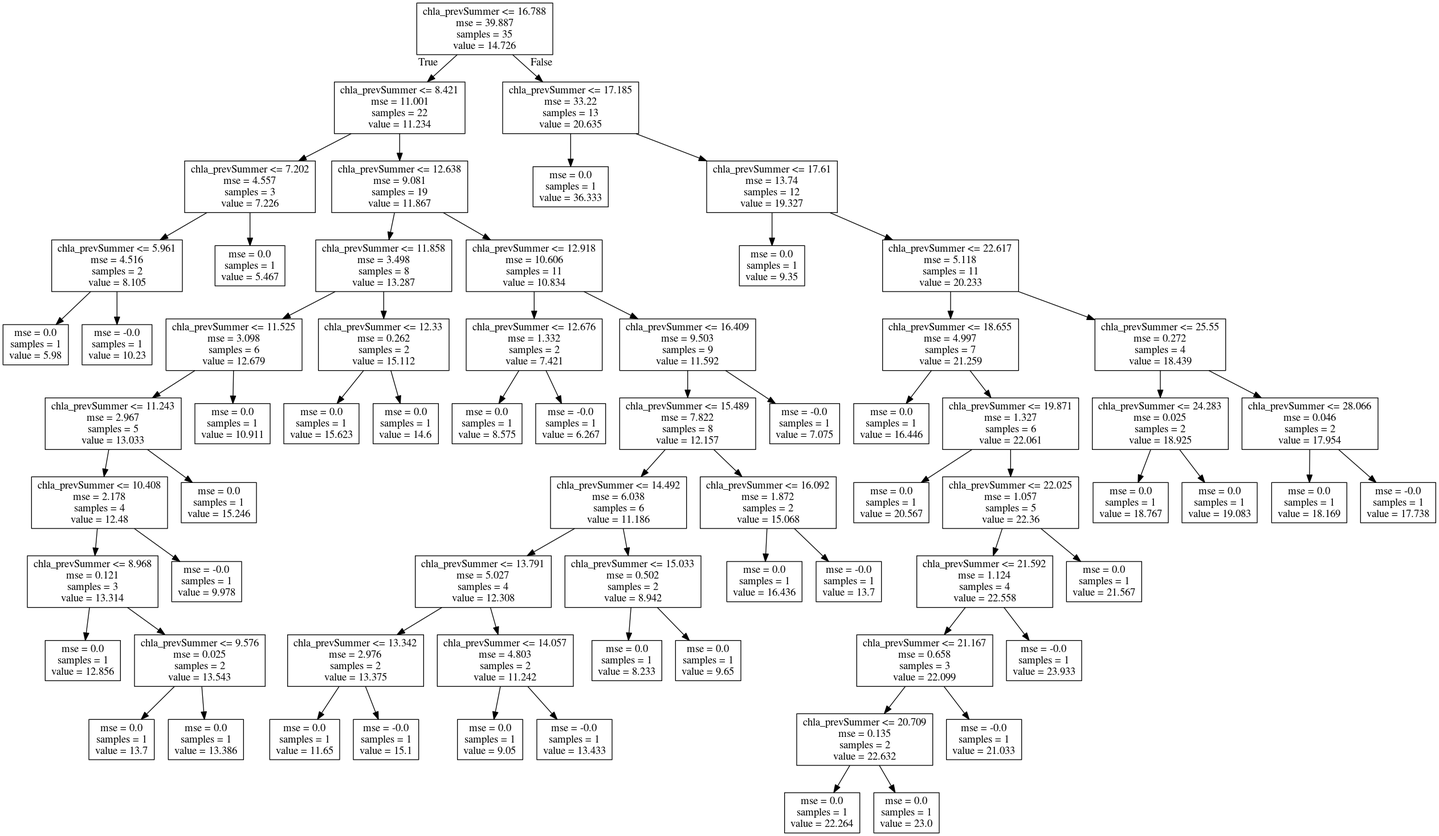
icra/WATExR keeps this Graphviz diagram as Norway_Morsa/Model_Development/Figures/Discretization_regTrees/summ_chla-chla_prevSummer.png. Above is the earlier version. Its source is kept beside it as Norway_Morsa/Model_Development/Figures/Discretization_regTrees/summ_chla-chla_prevSummer.dot. The source it was exported from:
```dot
digraph Tree {
node [shape=box] ;
0 [label="chla_prevSummer <= 16.788\nmse = 39.887\nsamples = 35\nvalue = 14.726"] ;
1 [label="chla_prevSummer <= 8.421\nmse = 11.001\nsamples = 22\nvalue = 11.234"] ;
0 -> 1 [labeldistance=2.5, labelangle=45, headlabel="True"] ;
2 [label="chla_prevSummer <= 7.202\nmse = 4.557\nsamples = 3\nvalue = 7.226"] ;
1 -> 2 ;
3 [label="chla_prevSummer <= 5.961\nmse = 4.516\nsamples = 2\nvalue = 8.105"] ;
2 -> 3 ;
4 [label="mse = 0.0\nsamples = 1\nvalue = 5.98"] ;
3 -> 4 ;
5 [label="mse = -0.0\nsamples = 1\nvalue = 10.23"] ;
3 -> 5 ;
6 [label="mse = 0.0\nsamples = 1\nvalue = 5.467"] ;
2 -> 6 ;
7 [label="chla_prevSummer <= 12.638\nmse = 9.081\nsamples = 19\nvalue = 11.867"] ;
1 -> 7 ;
8 [label="chla_prevSummer <= 11.858\nmse = 3.498\nsamples = 8\nvalue = 13.287"] ;
7 -> 8 ;
9 [label="chla_prevSummer <= 11.525\nmse = 3.098\nsamples = 6\nvalue = 12.679"] ;
8 -> 9 ;
10 [label="chla_prevSummer <= 11.243\nmse = 2.967\nsamples = 5\nvalue = 13.033"] ;
9 -> 10 ;
11 [label="chla_prevSummer <= 10.408\nmse = 2.178\nsamples = 4\nvalue = 12.48"] ;
10 -> 11 ;
12 [label="chla_prevSummer <= 8.968\nmse = 0.121\nsamples = 3\nvalue = 13.314"] ;
11 -> 12 ;
13 [label="mse = 0.0\nsamples = 1\nvalue = 12.856"] ;
12 -> 13 ;
14 [label="chla_prevSummer <= 9.576\nmse = 0.025\nsamples = 2\nvalue = 13.543"] ;
12 -> 14 ;
15 [label="mse = 0.0\nsamples = 1\nvalue = 13.7"] ;
14 -> 15 ;
16 [label="mse = 0.0\nsamples = 1\nvalue = 13.386"] ;
14 -> 16 ;
17 [label="mse = -0.0\nsamples = 1\nvalue = 9.978"] ;
11 -> 17 ;
18 [label="mse = 0.0\nsamples = 1\nvalue = 15.246"] ;
10 -> 18 ;
19 [label="mse = 0.0\nsamples = 1\nvalue = 10.911"] ;
9 -> 19 ;
20 [label="chla_prevSummer <= 12.33\nmse = 0.262\nsamples = 2\nvalue = 15.112"] ;
8 -> 20 ;
21 [label="mse = 0.0\nsamples = 1\nvalue = 15.623"] ;
20 -> 21 ;
22 [label="mse = 0.0\nsamples = 1\nvalue = 14.6"] ;
20 -> 22 ;
23 [label="chla_prevSummer <= 12.918\nmse = 10.606\nsamples = 11\nvalue = 10.834"] ;
7 -> 23 ;
24 [label="chla_prevSummer <= 12.676\nmse = 1.332\nsamples = 2\nvalue = 7.421"] ;
23 -> 24 ;
25 [label="mse = 0.0\nsamples = 1\nvalue = 8.575"] ;
24 -> 25 ;
26 [label="mse = -0.0\nsamples = 1\nvalue = 6.267"] ;
24 -> 26 ;
27 [label="chla_prevSummer <= 16.409\nmse = 9.503\nsamples = 9\nvalue = 11.592"] ;
23 -> 27 ;
28 [label="chla_prevSummer <= 15.489\nmse = 7.822\nsamples = 8\nvalue = 12.157"] ;
27 -> 28 ;
29 [label="chla_prevSummer <= 14.492\nmse = 6.038\nsamples = 6\nvalue = 11.186"] ;
28 -> 29 ;
30 [label="chla_prevSummer <= 13.791\nmse = 5.027\nsamples = 4\nvalue = 12.308"] ;
29 -> 30 ;
31 [label="chla_prevSummer <= 13.342\nmse = 2.976\nsamples = 2\nvalue = 13.375"] ;
30 -> 31 ;
32 [label="mse = 0.0\nsamples = 1\nvalue = 11.65"] ;
31 -> 32 ;
33 [label="mse = -0.0\nsamples = 1\nvalue = 15.1"] ;
31 -> 33 ;
34 [label="chla_prevSummer <= 14.057\nmse = 4.803\nsamples = 2\nvalue = 11.242"] ;
30 -> 34 ;
35 [label="mse = 0.0\nsamples = 1\nvalue = 9.05"] ;
34 -> 35 ;
36 [label="mse = -0.0\nsamples = 1\nvalue = 13.433"] ;
34 -> 36 ;
37 [label="chla_prevSummer <= 15.033\nmse = 0.502\nsamples = 2\nvalue = 8.942"] ;
29 -> 37 ;
38 [label="mse = 0.0\nsamples = 1\nvalue = 8.233"] ;
37 -> 38 ;
39 [label="mse = 0.0\nsamples = 1\nvalue = 9.65"] ;
37 -> 39 ;
40 [label="chla_prevSummer <= 16.092\nmse = 1.872\nsamples = 2\nvalue = 15.068"] ;
28 -> 40 ;
41 [label="mse = 0.0\nsamples = 1\nvalue = 16.436"] ;
40 -> 41 ;
42 [label="mse = -0.0\nsamples = 1\nvalue = 13.7"] ;
40 -> 42 ;
43 [label="mse = -0.0\nsamples = 1\nvalue = 7.075"] ;
27 -> 43 ;
44 [label="chla_prevSummer <= 17.185\nmse = 33.22\nsamples = 13\nvalue = 20.635"] ;
0 -> 44 [labeldistance=2.5, labelangle=-45, headlabel="False"] ;
45 [label="mse = 0.0\nsamples = 1\nvalue = 36.333"] ;
44 -> 45 ;
46 [label="chla_prevSummer <= 17.61\nmse = 13.74\nsamples = 12\nvalue = 19.327"] ;
44 -> 46 ;
47 [label="mse = 0.0\nsamples = 1\nvalue = 9.35"] ;
46 -> 47 ;
48 [label="chla_prevSummer <= 22.617\nmse = 5.118\nsamples = 11\nvalue = 20.233"] ;
46 -> 48 ;
49 [label="chla_prevSummer <= 18.655\nmse = 4.997\nsamples = 7\nvalue = 21.259"] ;
48 -> 49 ;
50 [label="mse = 0.0\nsamples = 1\nvalue = 16.446"] ;
49 -> 50 ;
51 [label="chla_prevSummer <= 19.871\nmse = 1.327\nsamples = 6\nvalue = 22.061"] ;
49 -> 51 ;
52 [label="mse = 0.0\nsamples = 1\nvalue = 20.567"] ;
51 -> 52 ;
53 [label="chla_prevSummer <= 22.025\nmse = 1.057\nsamples = 5\nvalue = 22.36"] ;
51 -> 53 ;
54 [label="chla_prevSummer <= 21.592\nmse = 1.124\nsamples = 4\nvalue = 22.558"] ;
53 -> 54 ;
55 [label="chla_prevSummer <= 21.167\nmse = 0.658\nsamples = 3\nvalue = 22.099"] ;
54 -> 55 ;
56 [label="chla_prevSummer <= 20.709\nmse = 0.135\nsamples = 2\nvalue = 22.632"] ;
55 -> 56 ;
57 [label="mse = 0.0\nsamples = 1\nvalue = 22.264"] ;
56 -> 57 ;
58 [label="mse = 0.0\nsamples = 1\nvalue = 23.0"] ;
56 -> 58 ;
59 [label="mse = -0.0\nsamples = 1\nvalue = 21.033"] ;
55 -> 59 ;
60 [label="mse = -0.0\nsamples = 1\nvalue = 23.933"] ;
54 -> 60 ;
61 [label="mse = 0.0\nsamples = 1\nvalue = 21.567"] ;
53 -> 61 ;
62 [label="chla_prevSummer <= 25.55\nmse = 0.272\nsamples = 4\nvalue = 18.439"] ;
48 -> 62 ;
63 [label="chla_prevSummer <= 24.283\nmse = 0.025\nsamples = 2\nvalue = 18.925"] ;
62 -> 63 ;
64 [label="mse = 0.0\nsamples = 1\nvalue = 18.767"] ;
63 -> 64 ;
65 [label="mse = 0.0\nsamples = 1\nvalue = 19.083"] ;
63 -> 65 ;
66 [label="chla_prevSummer <= 28.066\nmse = 0.046\nsamples = 2\nvalue = 17.954"] ;
62 -> 66 ;
67 [label="mse = 0.0\nsamples = 1\nvalue = 18.169"] ;
66 -> 67 ;
68 [label="mse = -0.0\nsamples = 1\nvalue = 17.738"] ;
66 -> 68 ;
}
```
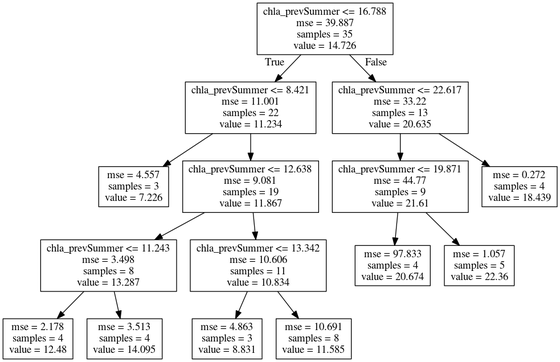
The same diagram one commit later.

Change to the diagram source:
```diff
@@ -3,138 +3,30 @@
 0 [label="chla_prevSummer <= 16.788\nmse = 39.887\nsamples = 35\nvalue = 14.726"] ;
 1 [label="chla_prevSummer <= 8.421\nmse = 11.001\nsamples = 22\nvalue = 11.234"] ;
 0 -> 1 [labeldistance=2.5, labelangle=45, headlabel="True"] ;
-2 [label="chla_prevSummer <= 7.202\nmse = 4.557\nsamples = 3\nvalue = 7.226"] ;
-1 -> 2 ;
-3 [label="chla_prevSummer <= 5.961\nmse = 4.516\nsamples = 2\nvalue = 8.105"] ;
-2 -> 3 ;
-4 [label="mse = 0.0\nsamples = 1\nvalue = 5.98"] ;
-3 -> 4 ;
-5 [label="mse = -0.0\nsamples = 1\nvalue = 10.23"] ;
-3 -> 5 ;
-6 [label="mse = 0.0\nsamples = 1\nvalue = 5.467"] ;
-2 -> 6 ;
-7 [label="chla_prevSummer <= 12.638\nmse = 9.081\nsamples = 19\nvalue = 11.867"] ;
-1 -> 7 ;
-8 [label="chla_prevSummer <= 11.858\nmse = 3.498\nsamples = 8\nvalue = 13.287"] ;
-7 -> 8 ;
-9 [label="chla_prevSummer <= 11.525\nmse = 3.098\nsamples = 6\nvalue = 12.679"] ;
-8 -> 9 ;
-10 [label="chla_prevSummer <= 11.243\nmse = 2.967\nsamples = 5\nvalue = 13.033"] ;
-9 -> 10 ;
-11 [label="chla_prevSummer <= 10.408\nmse = 2.178\nsamples = 4\nvalue = 12.48"] ;
-10 -> 11 ;
-12 [label="chla_prevSummer <= 8.968\nmse = 0.121\nsamples = 3\nvalue = 13.314"] ;
-11 -> 12 ;
-13 [label="mse = 0.0\nsamples = 1\nvalue = 12.856"] ;
-12 -> 13 ;
-14 [label="chla_prevSummer <= 9.576\nmse = 0.025\nsamples = 2\nvalue = 13.543"] ;
-12 -> 14 ;
-15 [label="mse = 0.0\nsamples = 1\nvalue = 13.7"] ;
-14 -> 15 ;
-16 [label="mse = 0.0\nsamples = 1\nvalue = 13.386"] ;
-14 -> 16 ;
-17 [label="mse = -0.0\nsamples = 1\nvalue = 9.978"] ;
-11 -> 17 ;
-18 [label="mse = 0.0\nsamples = 1\nvalue = 15.246"] ;
-10 -> 18 ;
-19 [label="mse = 0.0\nsamples = 1\nvalue = 10.911"] ;
-9 -> 19 ;
-20 [label="chla_prevSummer <= 12.33\nmse = 0.262\nsamples = 2\nvalue = 15.112"] ;
-8 -> 20 ;
-21 [label="mse = 0.0\nsamples = 1\nvalue = 15.623"] ;
-20 -> 21 ;
-22 [label="mse = 0.0\nsamples = 1\nvalue = 14.6"] ;
-20 -> 22 ;
-23 [label="chla_prevSummer <= 12.918\nmse = 10.606\nsamples = 11\nvalue = 10.834"] ;
-7 -> 23 ;
-24 [label="chla_prevSummer <= 12.676\nmse = 1.332\nsamples = 2\nvalue = 7.421"] ;
-23 -> 24 ;
-25 [label="mse = 0.0\nsamples = 1\nvalue = 8.575"] ;
-24 -> 25 ;
-26 [label="mse = -0.0\nsamples = 1\nvalue = 6.267"] ;
-24 -> 26 ;
-27 [label="chla_prevSummer <= 16.409\nmse = 9.503\nsamples = 9\nvalue = 11.592"] ;
-23 -> 27 ;
-28 [label="chla_prevSummer <= 15.489\nmse = 7.822\nsamples = 8\nvalue = 12.157"] ;
-27 -> 28 ;
-29 [label="chla_prevSummer <= 14.492\nmse = 6.038\nsamples = 6\nvalue = 11.186"] ;
-28 -> 29 ;
-30 [label="chla_prevSummer <= 13.791\nmse = 5.027\nsamples = 4\nvalue = 12.308"] ;
-29 -> 30 ;
-31 [label="chla_prevSummer <= 13.342\nmse = 2.976\nsamples = 2\nvalue = 13.375"] ;
-30 -> 31 ;
-32 [label="mse = 0.0\nsamples = 1\nvalue = 11.65"] ;
-31 -> 32 ;
-33 [label="mse = -0.0\nsamples = 1\nvalue = 15.1"] ;
-31 -> 33 ;
-34 [label="chla_prevSummer <= 14.057\nmse = 4.803\nsamples = 2\nvalue = 11.242"] ;
-30 -> 34 ;
-35 [label="mse = 0.0\nsamples = 1\nvalue = 9.05"] ;
-34 -> 35 ;
-36 [label="mse = -0.0\nsamples = 1\nvalue = 13.433"] ;
-34 -> 36 ;
-37 [label="chla_prevSummer <= 15.033\nmse = 0.502\nsamples = 2\nvalue = 8.942"] ;
-29 -> 37 ;
-38 [label="mse = 0.0\nsamples = 1\nvalue = 8.233"] ;
-37 -> 38 ;
-39 [label="mse = 0.0\nsamples = 1\nvalue = 9.65"] ;
-37 -> 39 ;
-40 [label="chla_prevSummer <= 16.092\nmse = 1.872\nsamples = 2\nvalue = 15.068"] ;
-28 -> 40 ;
-41 [label="mse = 0.0\nsamples = 1\nvalue = 16.436"] ;
-40 -> 41 ;
-42 [label="mse = -0.0\nsamples = 1\nvalue = 13.7"] ;
-40 -> 42 ;
-43 [label="mse = -0.0\nsamples = 1\nvalue = 7.075"] ;
-27 -> 43 ;
-44 [label="chla_prevSummer <= 17.185\nmse = 33.22\nsamples = 13\nvalue = 20.635"] ;
-0 -> 44 [labeldistance=2.5, labelangle=-45, headlabel="False"] ;
-45 [label="mse = 0.0\nsamples = 1\nvalue = 36.333"] ;
-44 -> 45 ;
-46 [label="chla_prevSummer <= 17.61\nmse = 13.74\nsamples = 12\nvalue = 19.327"] ;
-44 -> 46 ;
-47 [label="mse = 0.0\nsamples = 1\nvalue = 9.35"] ;
-46 -> 47 ;
-48 [label="chla_prevSummer <= 22.617\nmse = 5.118\nsamples = 11\nvalue = 20.233"] ;
-46 -> 48 ;
-49 [label="chla_prevSummer <= 18.655\nmse = 4.997\nsamples = 7\nvalue = 21.259"] ;
-48 -> 49 ;
-50 [label="mse = 0.0\nsamples = 1\nvalue = 16.446"] ;
-49 -> 50 ;
-51 [label="chla_prevSummer <= 19.871\nmse = 1.327\nsamples = 6\nvalue = 22.061"] ;
-49 -> 51 ;
-52 [label="mse = 0.0\nsamples = 1\nvalue = 20.567"] ;
-51 -> 52 ;
-53 [label="chla_prevSummer <= 22.025\nmse = 1.057\nsamples = 5\nvalue = 22.36"] ;
-51 -> 53 ;
-54 [label="chla_prevSummer <= 21.592\nmse = 1.124\nsamples = 4\nvalue = 22.558"] ;
-53 -> 54 ;
-55 [label="chla_prevSummer <= 21.167\nmse = 0.658\nsamples = 3\nvalue = 22.099"] ;
-54 -> 55 ;
-56 [label="chla_prevSummer <= 20.709\nmse = 0.135\nsamples = 2\nvalue = 22.632"] ;
-55 -> 56 ;
-57 [label="mse = 0.0\nsamples = 1\nvalue = 22.264"] ;
-56 -> 57 ;
-58 [label="mse = 0.0\nsamples = 1\nvalue = 23.0"] ;
-56 -> 58 ;
-59 [label="mse = -0.0\nsamples = 1\nvalue = 21.033"] ;
-55 -> 59 ;
-60 [label="mse = -0.0\nsamples = 1\nvalue = 23.933"] ;
-54 -> 60 ;
-61 [label="mse = 0.0\nsamples = 1\nvalue = 21.567"] ;
-53 -> 61 ;
-62 [label="chla_prevSummer <= 25.55\nmse = 0.272\nsamples = 4\nvalue = 18.439"] ;
-48 -> 62 ;
-63 [label="chla_prevSummer <= 24.283\nmse = 0.025\nsamples = 2\nvalue = 18.925"] ;
-62 -> 63 ;
-64 [label="mse = 0.0\nsamples = 1\nvalue = 18.767"] ;
-63 -> 64 ;
-65 [label="mse = 0.0\nsamples = 1\nvalue = 19.083"] ;
-63 -> 65 ;
-66 [label="chla_prevSummer <= 28.066\nmse = 0.046\nsamples = 2\nvalue = 17.954"] ;
-62 -> 66 ;
-67 [label="mse = 0.0\nsamples = 1\nvalue = 18.169"] ;
-66 -> 67 ;
-68 [label="mse = -0.0\nsamples = 1\nvalue = 17.738"] ;
-66 -> 68 ;
+3 [label="mse = 4.557\nsamples = 3\nvalue = 7.226"] ;
+1 -> 3 ;
+4 [label="chla_prevSummer <= 12.638\nmse = 9.081\nsamples = 19\nvalue = 11.867"] ;
+1 -> 4 ;
+5 [label="chla_prevSummer <= 11.243\nmse = 3.498\nsamples = 8\nvalue = 13.287"] ;
+4 -> 5 ;
+13 [label="mse = 2.178\nsamples = 4\nvalue = 12.48"] ;
+5 -> 13 ;
+14 [label="mse = 3.513\nsamples = 4\nvalue = 14.095"] ;
+5 -> 14 ;
+6 [label="chla_prevSummer <= 13.342\nmse = 10.606\nsamples = 11\nvalue = 10.834"] ;
+4 -> 6 ;
+9 [label="mse = 4.863\nsamples = 3\nvalue = 8.831"] ;
+6 -> 9 ;
+10 [label="mse = 10.691\nsamples = 8\nvalue = 11.585"] ;
+6 -> 10 ;
+2 [label="chla_prevSummer <= 22.617\nmse = 33.22\nsamples = 13\nvalue = 20.635"] ;
+0 -> 2 [labeldistance=2.5, labelangle=-45, headlabel="False"] ;
+7 [label="chla_prevSummer <= 19.871\nmse = 44.77\nsamples = 9\nvalue = 21.61"] ;
+2 -> 7 ;
+11 [label="mse = 97.833\nsamples = 4\nvalue = 20.674"] ;
+7 -> 11 ;
+12 [label="mse = 1.057\nsamples = 5\nvalue = 22.36"] ;
+7 -> 12 ;
+8 [label="mse = 0.272\nsamples = 4\nvalue = 18.439"] ;
+2 -> 8 ;
 }
```
